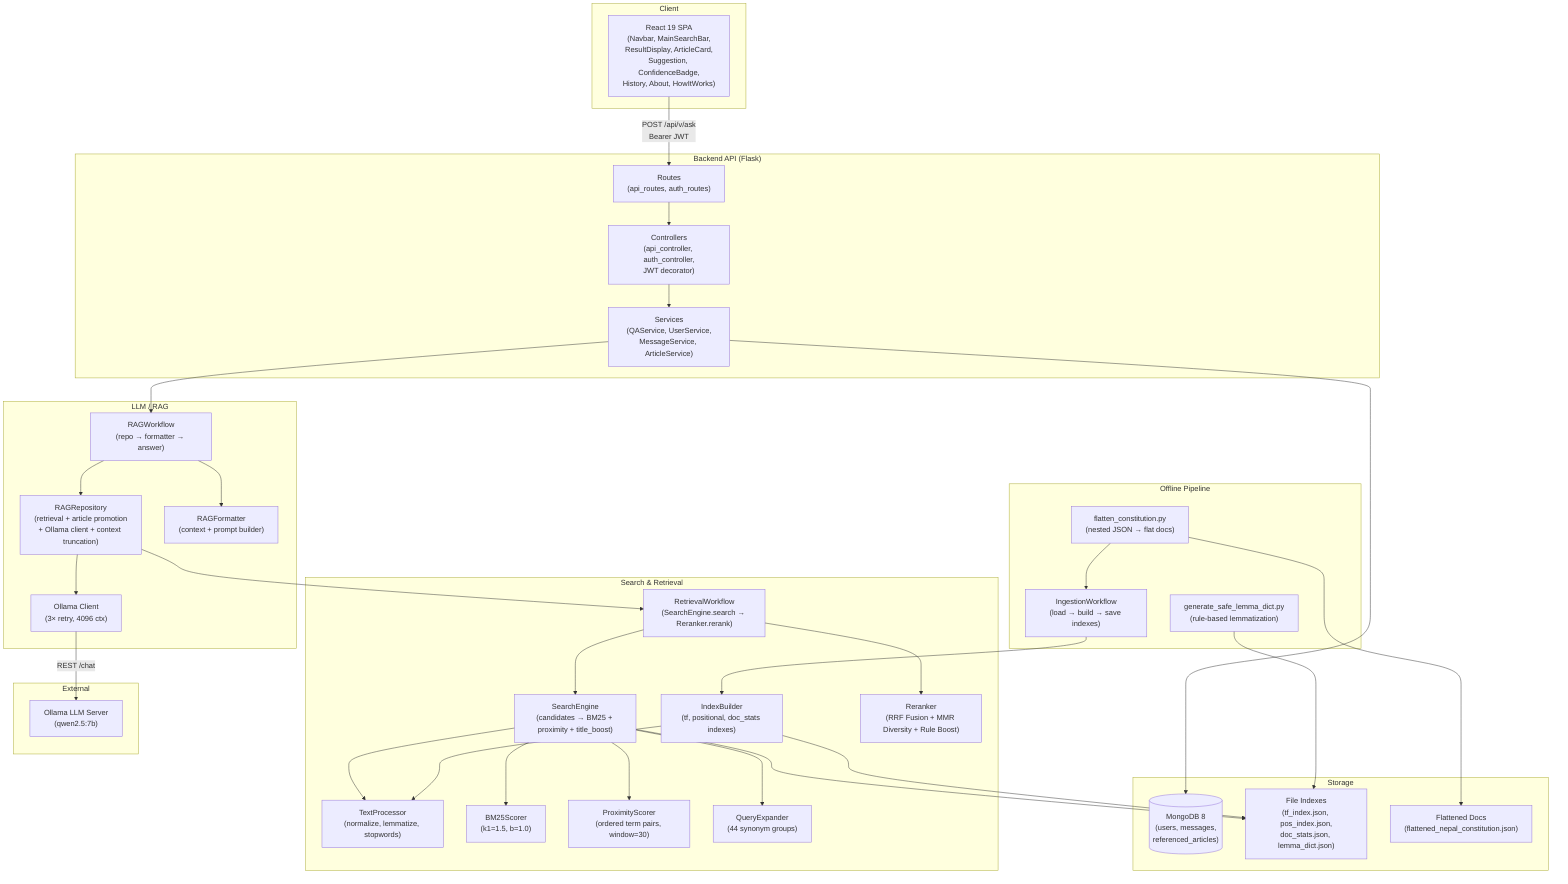
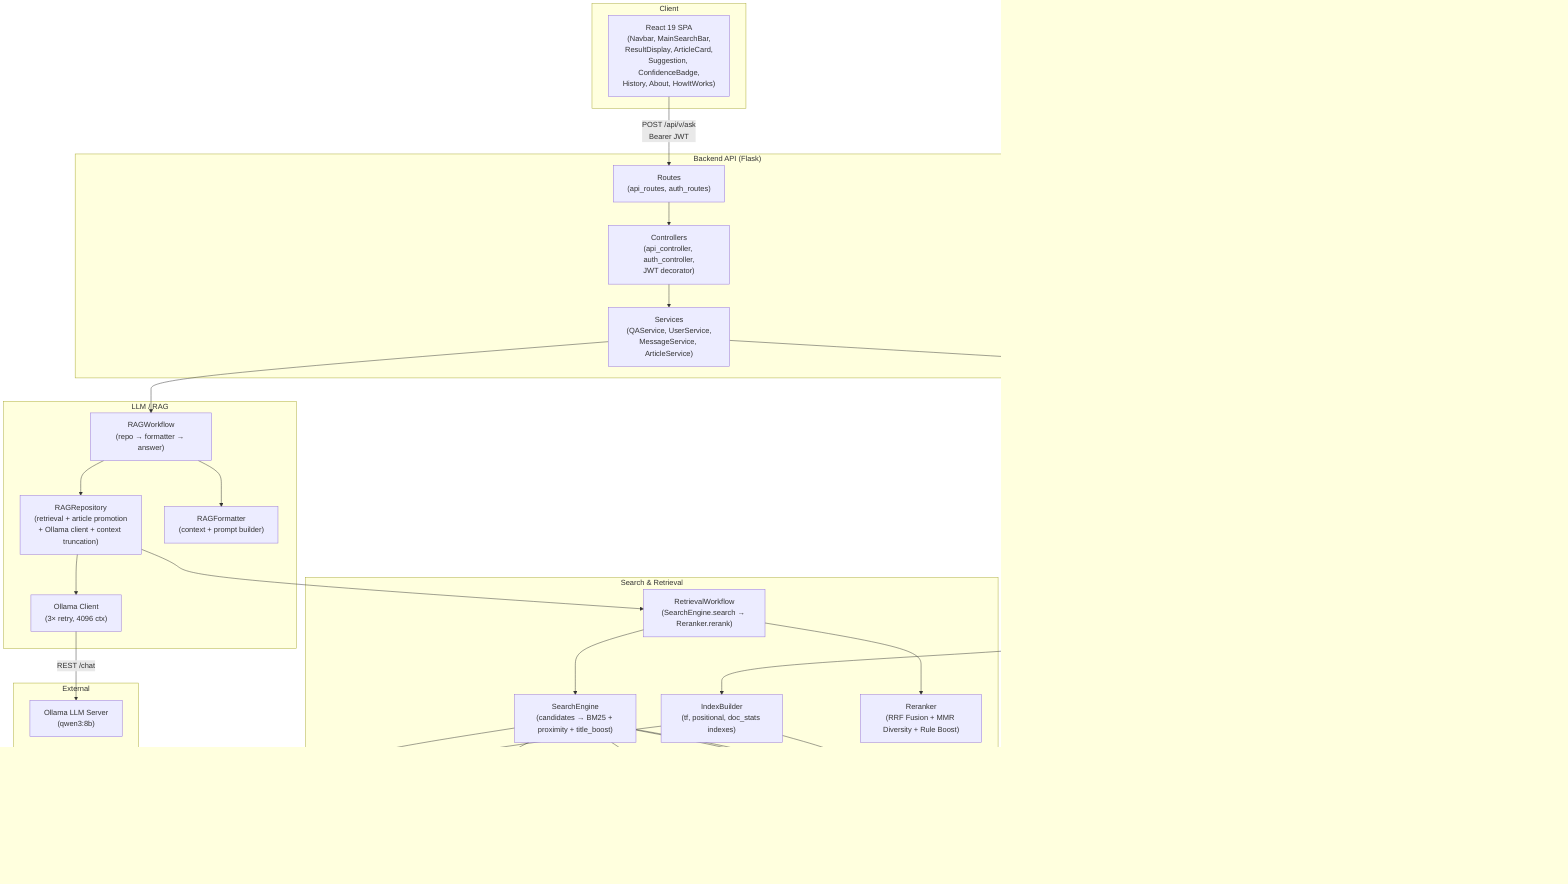
graph TD
    subgraph Client
        ReactApp["React 19 SPA<br/>(Navbar, MainSearchBar,<br/>ResultDisplay, ArticleCard,<br/>Suggestion, ConfidenceBadge,<br/>History, About, HowItWorks)"]
    end

    subgraph "Backend API (Flask)"
        Routes["Routes<br/>(api_routes, auth_routes)"]
        Controllers["Controllers<br/>(api_controller, auth_controller,<br/>JWT decorator)"]
        Services["Services<br/>(QAService, UserService,<br/>MessageService, ArticleService)"]
    end

    subgraph "Search & Retrieval"
        TextProc["TextProcessor<br/>(normalize, lemmatize, stopwords)"]
        IndexBuilder["IndexBuilder<br/>(tf, positional, doc_stats indexes)"]
        BM25Scorer["BM25Scorer<br/>(k1=1.5, b=1.0)"]
        ProxScorer["ProximityScorer<br/>(ordered term pairs, window=30)"]
        QueryExp["QueryExpander<br/>(44 synonym groups)"]
        SearchEngine["SearchEngine<br/>(candidates → BM25 + proximity + title_boost)"]
        Reranker["Reranker<br/>(RRF Fusion + MMR Diversity + Rule Boost)"]
        RetrievalWF["RetrievalWorkflow<br/>(SearchEngine.search → Reranker.rerank)"]
    end

    subgraph "LLM / RAG"
        RAGRepo["RAGRepository<br/>(retrieval + article promotion<br/>+ Ollama client + context truncation)"]
        RAGFormatter["RAGFormatter<br/>(context + prompt builder)"]
        RAGWorkflow["RAGWorkflow<br/>(repo → formatter → answer)"]
        OllamaClient["Ollama Client<br/>(3× retry, 4096 ctx)"]
    end

    subgraph "Offline Pipeline"
        Flatten["flatten_constitution.py<br/>(nested JSON → flat docs)"]
        Ingestion["IngestionWorkflow<br/>(load → build → save indexes)"]
        LemmaDict["generate_safe_lemma_dict.py<br/>(rule-based lemmatization)"]
    end

    subgraph Storage
        MongoDB[("MongoDB 8<br/>(users, messages,<br/>referenced_articles)")]
        IndexFiles["File Indexes<br/>(tf_index.json, pos_index.json,<br/>doc_stats.json, lemma_dict.json)"]
        FlatDocs["Flattened Docs<br/>(flattened_nepal_constitution.json)"]
    end

    subgraph External
-         OllamaServer["Ollama LLM Server<br/>(qwen2.5:7b)"]
+         OllamaServer["Ollama LLM Server<br/>(qwen3:8b)"]
    end

    ReactApp -->|POST /api/v/ask<br/>Bearer JWT| Routes
    Routes --> Controllers
    Controllers --> Services
    Services --> MongoDB
    Services --> RAGWorkflow
    RAGWorkflow --> RAGRepo
    RAGWorkflow --> RAGFormatter
    RAGRepo --> RetrievalWF
    RAGRepo --> OllamaClient
    OllamaClient -->|REST /chat| OllamaServer
    RetrievalWF --> SearchEngine
    RetrievalWF --> Reranker
    SearchEngine --> BM25Scorer
    SearchEngine --> ProxScorer
    SearchEngine --> TextProc
    SearchEngine --> QueryExp
    SearchEngine --> IndexFiles
    Flatten --> FlatDocs
    Ingestion --> IndexBuilder
    IndexBuilder --> IndexFiles
    IndexBuilder --> TextProc
    Flatten --> Ingestion
    LemmaDict --> IndexFiles
